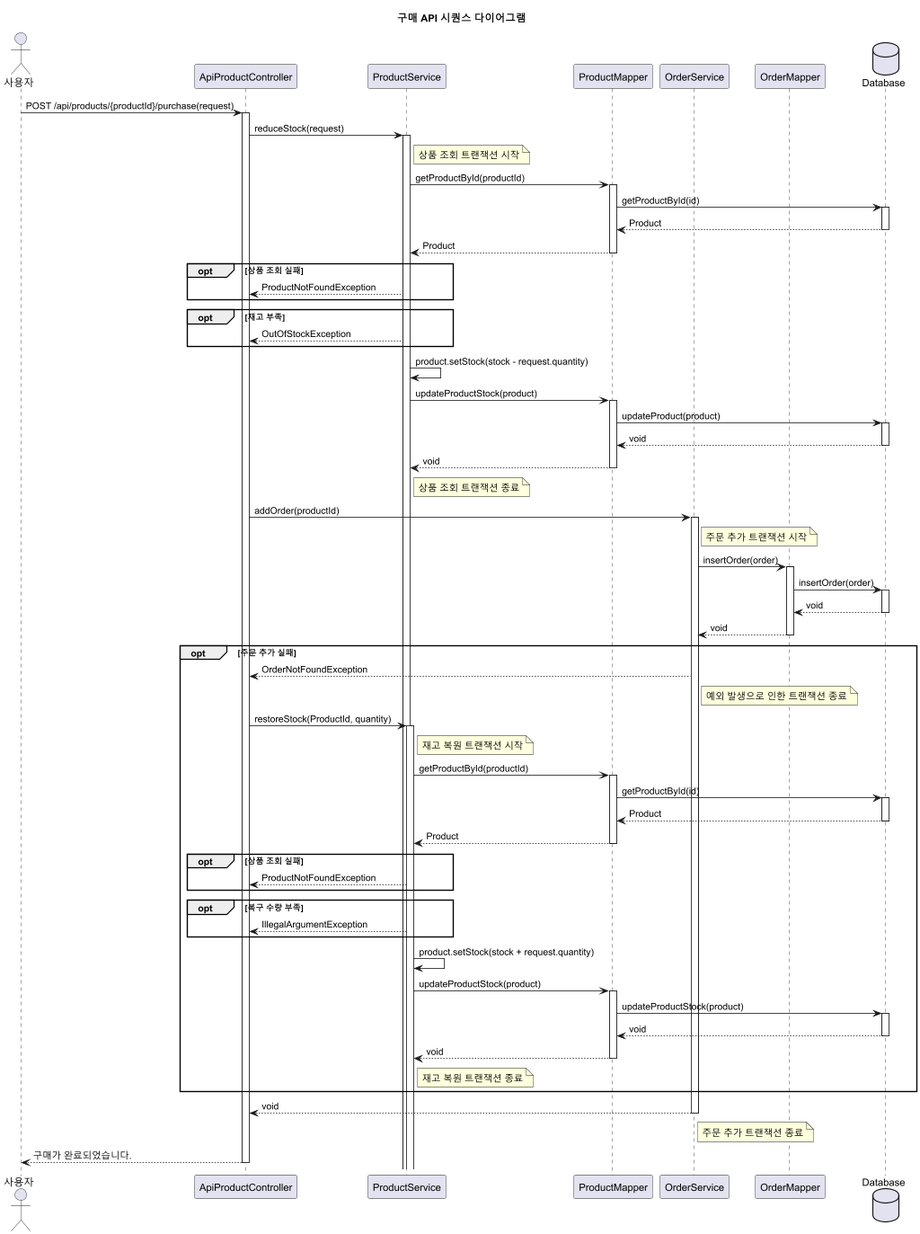
Before: docs/images/OrderPlantUML.png, a diagram exported from PlantUML (siljae/shoppingmall).
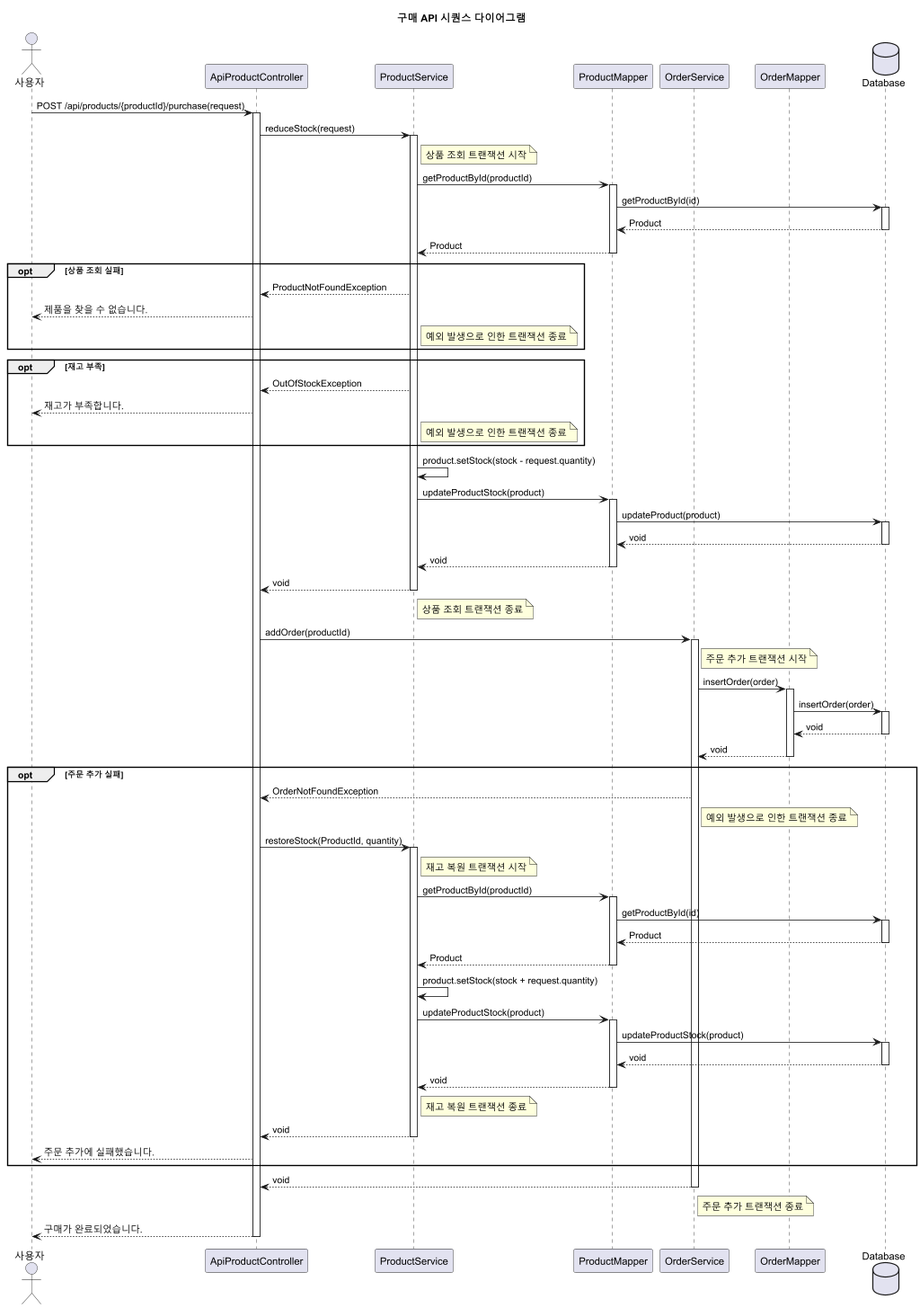
Later version of the same file.

Commit message:
ProductService의 restoreStock 로직 개선, purchaseProduct의 예외 처리 순서 변경, PlantUML 다이어그램 업데이트

The edit, as a diff of the source:
```diff
@@ -27,9 +27,13 @@
 
     opt 상품 조회 실패
     ProductService --> Controller : ProductNotFoundException
+    Controller --> User : 제품을 찾을 수 없습니다.
+    note right of ProductService : 예외 발생으로 인한 트랜잭션 종료
     end
     opt 재고 부족
     ProductService --> Controller : OutOfStockException
+    Controller --> User : 재고가 부족합니다.
+    note right of ProductService : 예외 발생으로 인한 트랜잭션 종료
     end
 
     ProductService -> ProductService : product.setStock(stock - request.quantity)
@@ -41,6 +45,8 @@
         deactivate DB
     ProductMapper --> ProductService : void
     deactivate ProductMapper
+ProductService --> Controller : void
+deactivate ProductService
 note right of ProductService : 상품 조회 트랜잭션 종료
 
 Controller -> OrderService : addOrder(productId)
@@ -71,12 +77,6 @@
             deactivate DB
         ProductMapper --> ProductService : Product
         deactivate ProductMapper
-        opt 상품 조회 실패
-        ProductService --> Controller : ProductNotFoundException
-        end
-        opt 복구 수량 부족
-        ProductService --> Controller : IllegalArgumentException
-        end
         ProductService -> ProductService : product.setStock(stock + request.quantity)
             ProductService -> ProductMapper : updateProductStock(product)
             activate ProductMapper
@@ -86,7 +86,10 @@
                 deactivate DB
             ProductMapper --> ProductService : void
             deactivate ProductMapper
-    note right of ProductService : 재고 복원 트랜잭션 종료
+            note right of ProductService : 재고 복원 트랜잭션 종료
+        ProductService --> Controller : void
+        deactivate ProductService
+    Controller --> User : 주문 추가에 실패했습니다.
     end
 OrderService --> Controller : void
 deactivate OrderService
```
